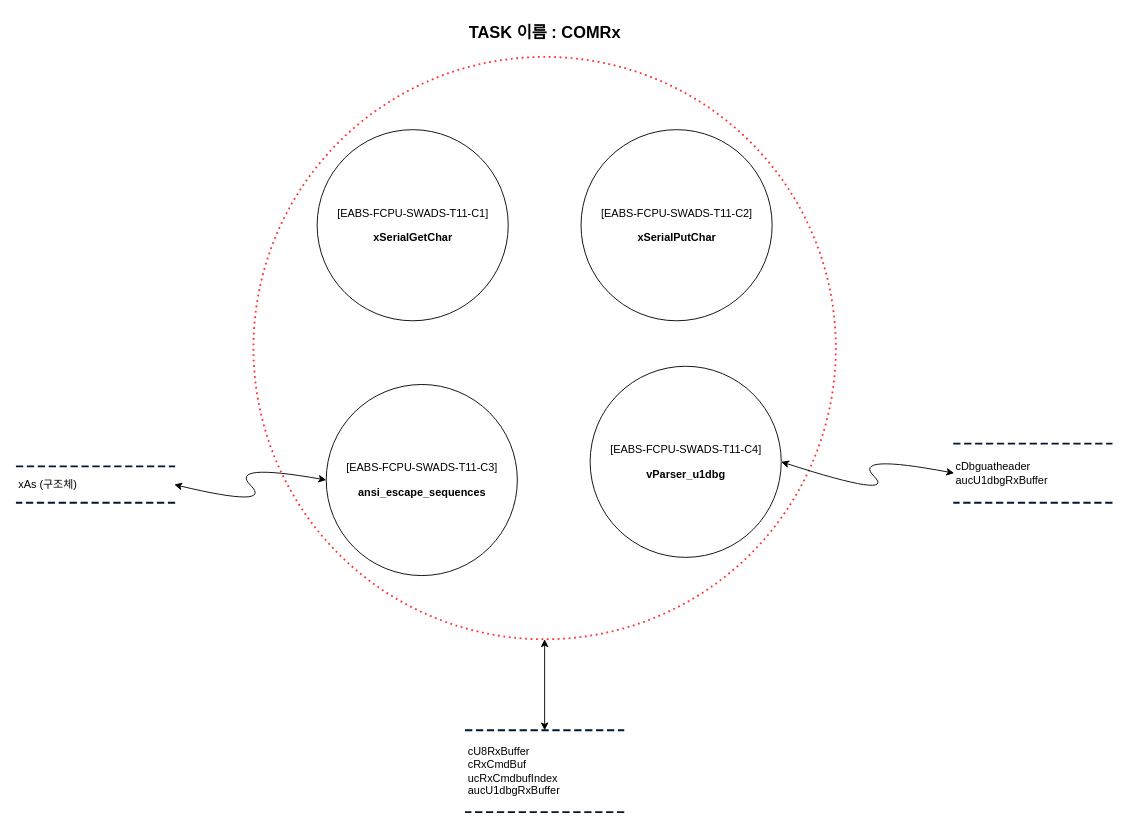
Before: page "EABS-FCPU-SWF10" (1 of 7) of EABS/Document_Pack/Design/F-CPU/eabs_f_cpu_data_flow_diagram_02.drawio.xml in chillin2/MyDraw.io, a draw.io diagram. Source tidied: cells renumbered, new cells numbered last; positions are measured from the earlier drawing's top-left corner, leaving out a move shared by most shapes. Both pictures are drawn from the tidied source at 91%, with x=0, y=0 at pixel (16, 20).
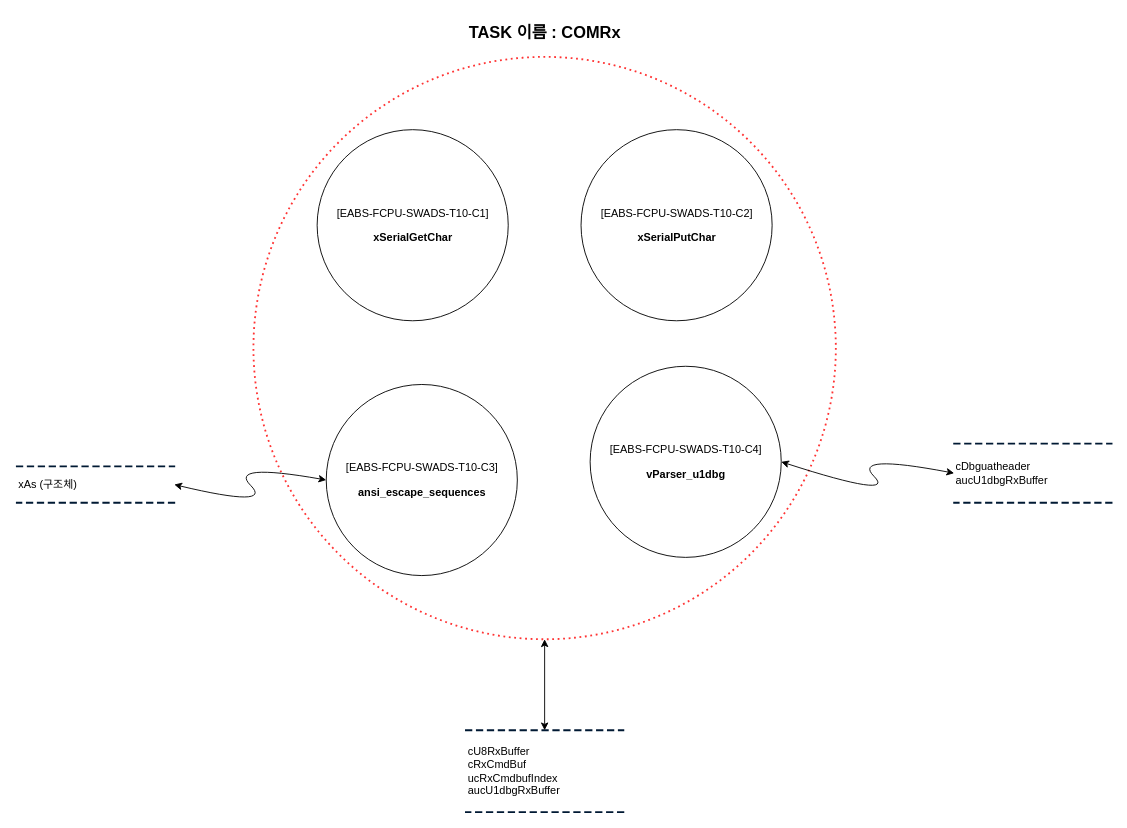
The same page after the edit.

The edit, as a diff of the source:
```diff
@@
 <mxGraphModel>
   <root>
     <mxCell id="0" />
     <mxCell id="1" parent="0" />
     <mxCell id="2" style="shape=ellipse;html=1;dashed=1;whitespace=wrap;perimeter=ellipsePerimeter;dashPattern=1 2;strokeWidth=2;strokeColor=#FF3333;" parent="1" vertex="1">
       <mxGeometry x="260" y="40" width="640" height="640" as="geometry" />
     </mxCell>
-    <mxCell id="3" value="&lt;p style=&quot;line-height:120%;mso-pagination:none;text-autospace:none;mso-padding-alt:0pt 0pt 0pt 0pt;&quot; class=&quot;0&quot;&gt;&lt;span style=&quot;mso-fareast-font-family:맑은 고딕;mso-font-width:100%;letter-spacing:0pt;mso-text-raise:0pt;&quot; lang=&quot;EN-US&quot;&gt;[EABS-FCPU-&lt;/span&gt;&lt;span style=&quot;letter-spacing: 0pt; background-color: initial;&quot;&gt;SWADS-T11-C1]&lt;/span&gt;&lt;/p&gt;&lt;p style=&quot;line-height:120%;mso-pagination:none;text-autospace:none;mso-padding-alt:0pt 0pt 0pt 0pt;&quot; class=&quot;0&quot;&gt;&lt;span style=&quot;background-color: initial;&quot;&gt;&lt;b&gt;xSerialGetChar&lt;/b&gt;&lt;br&gt;&lt;/span&gt;&lt;/p&gt;&lt;div class=&quot;hwp_editor_board_content&quot; id=&quot;hwpEditorBoardContent&quot;&gt;&lt;/div&gt;" style="shape=ellipse;html=1;dashed=0;whitespace=wrap;perimeter=ellipsePerimeter;" parent="1" vertex="1">
+    <mxCell id="3" value="&lt;p style=&quot;line-height:120%;mso-pagination:none;text-autospace:none;mso-padding-alt:0pt 0pt 0pt 0pt;&quot; class=&quot;0&quot;&gt;&lt;span style=&quot;mso-fareast-font-family:맑은 고딕;mso-font-width:100%;letter-spacing:0pt;mso-text-raise:0pt;&quot; lang=&quot;EN-US&quot;&gt;[EABS-FCPU-&lt;/span&gt;&lt;span style=&quot;letter-spacing: 0pt; background-color: initial;&quot;&gt;SWADS-T10-C1]&lt;/span&gt;&lt;/p&gt;&lt;p style=&quot;line-height:120%;mso-pagination:none;text-autospace:none;mso-padding-alt:0pt 0pt 0pt 0pt;&quot; class=&quot;0&quot;&gt;&lt;span style=&quot;background-color: initial;&quot;&gt;&lt;b&gt;xSerialGetChar&lt;/b&gt;&lt;br&gt;&lt;/span&gt;&lt;/p&gt;&lt;div class=&quot;hwp_editor_board_content&quot; id=&quot;hwpEditorBoardContent&quot;&gt;&lt;/div&gt;" style="shape=ellipse;html=1;dashed=0;whitespace=wrap;perimeter=ellipsePerimeter;" parent="1" vertex="1">
       <mxGeometry x="330" y="120" width="210" height="210" as="geometry" />
     </mxCell>
-    <mxCell id="4" value="&lt;p style=&quot;line-height:120%;mso-pagination:none;text-autospace:none;mso-padding-alt:0pt 0pt 0pt 0pt;&quot; class=&quot;0&quot;&gt;&lt;span style=&quot;mso-fareast-font-family:맑은 고딕;mso-font-width:100%;letter-spacing:0pt;mso-text-raise:0pt;&quot; lang=&quot;EN-US&quot;&gt;[EABS-FCPU-&lt;/span&gt;&lt;span style=&quot;letter-spacing: 0pt; background-color: initial;&quot;&gt;SWADS-T11-C2]&lt;/span&gt;&lt;/p&gt;&lt;p style=&quot;line-height:120%;mso-pagination:none;text-autospace:none;mso-padding-alt:0pt 0pt 0pt 0pt;&quot; class=&quot;0&quot;&gt;&lt;span style=&quot;background-color: initial;&quot;&gt;&lt;b&gt;xSerialPutChar&lt;/b&gt;&lt;br&gt;&lt;/span&gt;&lt;/p&gt;&lt;div class=&quot;hwp_editor_board_content&quot; id=&quot;hwpEditorBoardContent&quot;&gt;&lt;/div&gt;" style="shape=ellipse;html=1;dashed=0;whitespace=wrap;perimeter=ellipsePerimeter;" parent="1" vertex="1">
+    <mxCell id="4" value="&lt;p style=&quot;line-height:120%;mso-pagination:none;text-autospace:none;mso-padding-alt:0pt 0pt 0pt 0pt;&quot; class=&quot;0&quot;&gt;&lt;span style=&quot;mso-fareast-font-family:맑은 고딕;mso-font-width:100%;letter-spacing:0pt;mso-text-raise:0pt;&quot; lang=&quot;EN-US&quot;&gt;[EABS-FCPU-&lt;/span&gt;&lt;span style=&quot;letter-spacing: 0pt; background-color: initial;&quot;&gt;SWADS-T10-C2]&lt;/span&gt;&lt;/p&gt;&lt;p style=&quot;line-height:120%;mso-pagination:none;text-autospace:none;mso-padding-alt:0pt 0pt 0pt 0pt;&quot; class=&quot;0&quot;&gt;&lt;span style=&quot;background-color: initial;&quot;&gt;&lt;b&gt;xSerialPutChar&lt;/b&gt;&lt;br&gt;&lt;/span&gt;&lt;/p&gt;&lt;div class=&quot;hwp_editor_board_content&quot; id=&quot;hwpEditorBoardContent&quot;&gt;&lt;/div&gt;" style="shape=ellipse;html=1;dashed=0;whitespace=wrap;perimeter=ellipsePerimeter;" parent="1" vertex="1">
       <mxGeometry x="620" y="120" width="210" height="210" as="geometry" />
     </mxCell>
-    <mxCell id="5" value="&lt;p style=&quot;line-height:120%;mso-pagination:none;text-autospace:none;mso-padding-alt:0pt 0pt 0pt 0pt;&quot; class=&quot;0&quot;&gt;&lt;span style=&quot;mso-fareast-font-family:맑은 고딕;mso-font-width:100%;letter-spacing:0pt;mso-text-raise:0pt;&quot; lang=&quot;EN-US&quot;&gt;[EABS-FCPU-&lt;/span&gt;&lt;span style=&quot;letter-spacing: 0pt; background-color: initial;&quot;&gt;SWADS-T11-C3]&lt;/span&gt;&lt;/p&gt;&lt;p style=&quot;line-height:120%;mso-pagination:none;text-autospace:none;mso-padding-alt:0pt 0pt 0pt 0pt;&quot; class=&quot;0&quot;&gt;&lt;span style=&quot;background-color: initial;&quot;&gt;&lt;b&gt;ansi_escape_sequences&lt;/b&gt;&lt;br&gt;&lt;/span&gt;&lt;/p&gt;&lt;div class=&quot;hwp_editor_board_content&quot; id=&quot;hwpEditorBoardContent&quot;&gt;&lt;/div&gt;" style="shape=ellipse;html=1;dashed=0;whitespace=wrap;perimeter=ellipsePerimeter;" parent="1" vertex="1">
+    <mxCell id="5" value="&lt;p style=&quot;line-height:120%;mso-pagination:none;text-autospace:none;mso-padding-alt:0pt 0pt 0pt 0pt;&quot; class=&quot;0&quot;&gt;&lt;span style=&quot;mso-fareast-font-family:맑은 고딕;mso-font-width:100%;letter-spacing:0pt;mso-text-raise:0pt;&quot; lang=&quot;EN-US&quot;&gt;[EABS-FCPU-&lt;/span&gt;&lt;span style=&quot;letter-spacing: 0pt; background-color: initial;&quot;&gt;SWADS-T10-C3]&lt;/span&gt;&lt;/p&gt;&lt;p style=&quot;line-height:120%;mso-pagination:none;text-autospace:none;mso-padding-alt:0pt 0pt 0pt 0pt;&quot; class=&quot;0&quot;&gt;&lt;span style=&quot;background-color: initial;&quot;&gt;&lt;b&gt;ansi_escape_sequences&lt;/b&gt;&lt;br&gt;&lt;/span&gt;&lt;/p&gt;&lt;div class=&quot;hwp_editor_board_content&quot; id=&quot;hwpEditorBoardContent&quot;&gt;&lt;/div&gt;" style="shape=ellipse;html=1;dashed=0;whitespace=wrap;perimeter=ellipsePerimeter;" parent="1" vertex="1">
       <mxGeometry x="340" y="400" width="210" height="210" as="geometry" />
     </mxCell>
-    <mxCell id="6" value="&lt;p style=&quot;line-height:120%;mso-pagination:none;text-autospace:none;mso-padding-alt:0pt 0pt 0pt 0pt;&quot; class=&quot;0&quot;&gt;&lt;span style=&quot;mso-fareast-font-family:맑은 고딕;mso-font-width:100%;letter-spacing:0pt;mso-text-raise:0pt;&quot; lang=&quot;EN-US&quot;&gt;[EABS-FCPU-&lt;/span&gt;&lt;span style=&quot;letter-spacing: 0pt; background-color: initial;&quot;&gt;SWADS-T11-C4]&lt;/span&gt;&lt;/p&gt;&lt;p style=&quot;line-height:120%;mso-pagination:none;text-autospace:none;mso-padding-alt:0pt 0pt 0pt 0pt;&quot; class=&quot;0&quot;&gt;&lt;span style=&quot;background-color: initial;&quot;&gt;&lt;b&gt;vParser_u1dbg&lt;/b&gt;&lt;br&gt;&lt;/span&gt;&lt;/p&gt;&lt;div class=&quot;hwp_editor_board_content&quot; id=&quot;hwpEditorBoardContent&quot;&gt;&lt;/div&gt;" style="shape=ellipse;html=1;dashed=0;whitespace=wrap;perimeter=ellipsePerimeter;" parent="1" vertex="1">
+    <mxCell id="6" value="&lt;p style=&quot;line-height:120%;mso-pagination:none;text-autospace:none;mso-padding-alt:0pt 0pt 0pt 0pt;&quot; class=&quot;0&quot;&gt;&lt;span style=&quot;mso-fareast-font-family:맑은 고딕;mso-font-width:100%;letter-spacing:0pt;mso-text-raise:0pt;&quot; lang=&quot;EN-US&quot;&gt;[EABS-FCPU-&lt;/span&gt;&lt;span style=&quot;letter-spacing: 0pt; background-color: initial;&quot;&gt;SWADS-T10-C4]&lt;/span&gt;&lt;/p&gt;&lt;p style=&quot;line-height:120%;mso-pagination:none;text-autospace:none;mso-padding-alt:0pt 0pt 0pt 0pt;&quot; class=&quot;0&quot;&gt;&lt;span style=&quot;background-color: initial;&quot;&gt;&lt;b&gt;vParser_u1dbg&lt;/b&gt;&lt;br&gt;&lt;/span&gt;&lt;/p&gt;&lt;div class=&quot;hwp_editor_board_content&quot; id=&quot;hwpEditorBoardContent&quot;&gt;&lt;/div&gt;" style="shape=ellipse;html=1;dashed=0;whitespace=wrap;perimeter=ellipsePerimeter;" parent="1" vertex="1">
       <mxGeometry x="630" y="380" width="210" height="210" as="geometry" />
     </mxCell>
     <mxCell id="7" value="&lt;p style=&quot;line-height: 120%; word-break: keep-all;&quot; class=&quot;0&quot;&gt;&lt;font style=&quot;font-size: 18px;&quot;&gt;&lt;b&gt;&lt;span style=&quot;letter-spacing: 0pt;&quot; lang=&quot;EN-US&quot;&gt;TASK 이름 :&amp;nbsp;&lt;/span&gt;&lt;/b&gt;&lt;/font&gt;&lt;span style=&quot;letter-spacing: 0pt; background-color: initial;&quot;&gt;&lt;font style=&quot;font-size: 18px;&quot;&gt;&lt;b&gt;COMRx&lt;/b&gt;&lt;/font&gt;&lt;/span&gt;&lt;/p&gt;&lt;div class=&quot;hwp_editor_board_content&quot; id=&quot;hwpEditorBoardContent&quot;&gt;&lt;/div&gt;&lt;div class=&quot;hwp_editor_board_content&quot; id=&quot;hwpEditorBoardContent&quot;&gt;&lt;/div&gt;&lt;div class=&quot;hwp_editor_board_content&quot; id=&quot;hwpEditorBoardContent&quot;&gt;&lt;/div&gt;&lt;div class=&quot;hwp_editor_board_content&quot; id=&quot;hwpEditorBoardContent&quot;&gt;&lt;/div&gt;&lt;div class=&quot;hwp_editor_board_content&quot; id=&quot;hwpEditorBoardContent&quot;&gt;&lt;/div&gt;&lt;div class=&quot;hwp_editor_board_content&quot; id=&quot;hwpEditorBoardContent&quot;&gt;&lt;/div&gt;&lt;div class=&quot;hwp_editor_board_content&quot; id=&quot;hwpEditorBoardContent&quot;&gt;&lt;/div&gt;&lt;div class=&quot;hwp_editor_board_content&quot; id=&quot;hwpEditorBoardContent&quot;&gt;&lt;/div&gt;&lt;div class=&quot;hwp_editor_board_content&quot; id=&quot;hwpEditorBoardContent&quot;&gt;&lt;/div&gt;&lt;div class=&quot;hwp_editor_board_content&quot; id=&quot;hwpEditorBoardContent&quot;&gt;&lt;/div&gt;" style="text;html=1;strokeColor=none;fillColor=none;align=center;verticalAlign=middle;whiteSpace=wrap;rounded=0;" parent="1" vertex="1">
       <mxGeometry x="401.5" width="357" height="30" as="geometry" />
     </mxCell>
     <mxCell id="8" value="cU8RxBuffer&lt;br&gt;cRxCmdBuf&lt;br&gt;ucRxCmdbufIndex&lt;br&gt;aucU1dbgRxBuffer" style="html=1;dashed=1;whitespace=wrap;shape=partialRectangle;right=0;left=0;strokeColor=#001933;strokeWidth=2;align=left;" parent="1" vertex="1">
       <mxGeometry x="493.5" y="780" width="173" height="90" as="geometry" />
     </mxCell>
     <mxCell id="9" style="endArrow=classic;startArrow=classic;html=1;rounded=0;fontSize=18;entryX=0.5;entryY=1;entryDx=0;entryDy=0;exitX=0.5;exitY=0;exitDx=0;exitDy=0;" parent="1" edge="1" source="8" target="2">
       <mxGeometry relative="1" as="geometry" />
     </mxCell>
     <mxCell id="10" value="xAs (구조체)&lt;br&gt;" style="html=1;dashed=1;whitespace=wrap;shape=partialRectangle;right=0;left=0;strokeColor=#001933;strokeWidth=2;align=left;" parent="1" vertex="1">
       <mxGeometry y="490" width="173" height="40" as="geometry" />
     </mxCell>
     <mxCell id="11" style="curved=1;endArrow=classic;html=1;rounded=0;fontSize=18;entryX=0;entryY=0.5;entryDx=0;entryDy=0;exitX=1;exitY=0.5;exitDx=0;exitDy=0;startArrow=classic;startFill=1;" parent="1" edge="1" source="10" target="5">
       <mxGeometry relative="1" as="geometry">
         <Array as="points">
           <mxPoint x="282" y="536" />
           <mxPoint x="232" y="486" />
         </Array>
       </mxGeometry>
     </mxCell>
     <mxCell id="12" value="cDbguatheader&lt;br&gt;aucU1dbgRxBuffer" style="html=1;dashed=1;whitespace=wrap;shape=partialRectangle;right=0;left=0;strokeColor=#001933;strokeWidth=2;align=left;" parent="1" vertex="1">
       <mxGeometry x="1030" y="465" width="173" height="65" as="geometry" />
     </mxCell>
     <mxCell id="13" style="curved=1;endArrow=classic;html=1;rounded=0;fontSize=18;entryX=0;entryY=0.5;entryDx=0;entryDy=0;exitX=1;exitY=0.5;exitDx=0;exitDy=0;startArrow=classic;startFill=1;" parent="1" edge="1" source="6" target="12">
       <mxGeometry relative="1" as="geometry">
         <Array as="points">
           <mxPoint x="967" y="526" />
           <mxPoint x="917" y="476" />
         </Array>
       </mxGeometry>
     </mxCell>
   </root>
 </mxGraphModel>
```
